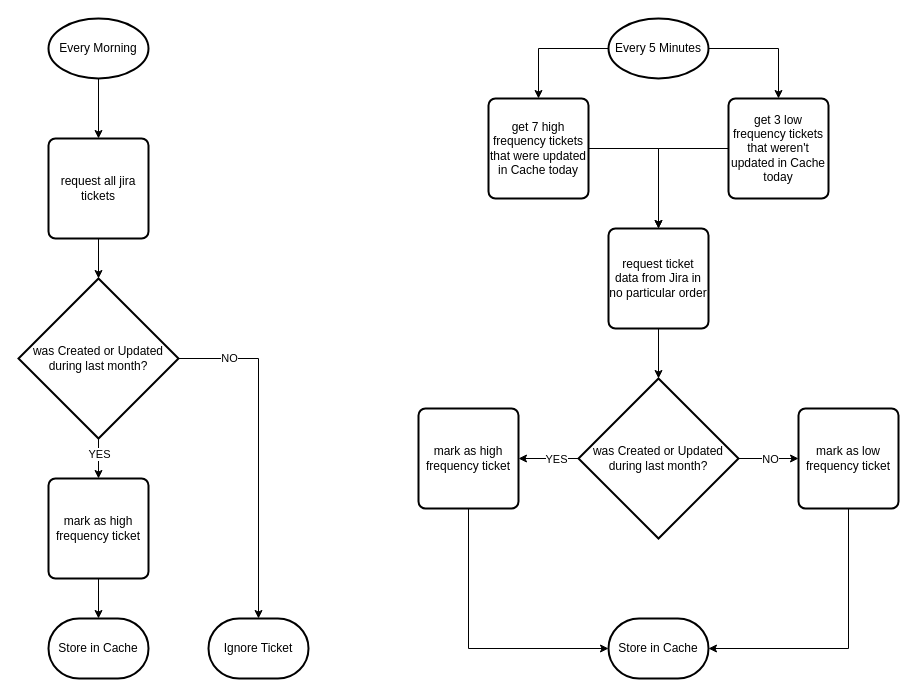
The draw.io diagram src/JiraSync.drawio in Skadisson/petrus, before the edit. Source tidied: cells renumbered, new cells numbered last; positions are measured from the earlier drawing's top-left corner, leaving out a move shared by most shapes. Both pictures are drawn from the tidied source at 100%, with x=0, y=0 at pixel (18, 18).
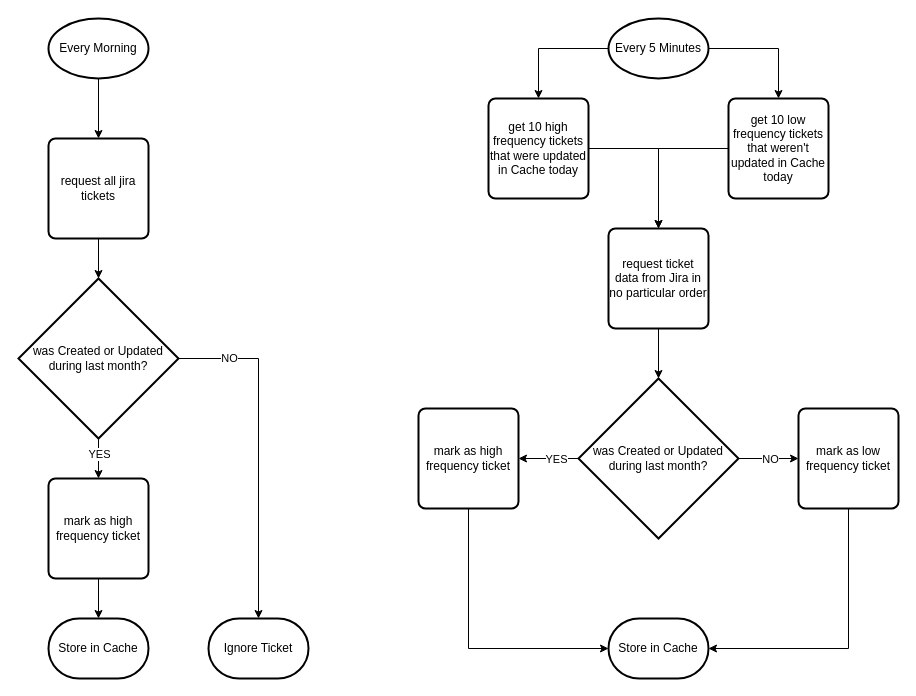
After the change.

Commit message (it also covers changes not shown here):
issues/52 - optimized daily sync to also mark low frequency tickets

The edit, as a diff of the source:
```diff
@@
-    <mxCell id="6" value="get 7 high frequency tickets that were updated in Cache today" style="rounded=1;whiteSpace=wrap;html=1;absoluteArcSize=1;arcSize=14;strokeWidth=2;" parent="1" vertex="1">
+    <mxCell id="6" value="get 10 high frequency tickets that were updated in Cache today" style="rounded=1;whiteSpace=wrap;html=1;absoluteArcSize=1;arcSize=14;strokeWidth=2;" parent="1" vertex="1">
       <mxGeometry x="470" y="80" width="100" height="100" as="geometry" />
     </mxCell>
-    <mxCell id="7" value="get 3 low frequency tickets that weren't updated in Cache today" style="rounded=1;whiteSpace=wrap;html=1;absoluteArcSize=1;arcSize=14;strokeWidth=2;" parent="1" vertex="1">
+    <mxCell id="7" value="get 10 low frequency tickets that weren't updated in Cache today" style="rounded=1;whiteSpace=wrap;html=1;absoluteArcSize=1;arcSize=14;strokeWidth=2;" parent="1" vertex="1">
       <mxGeometry x="710" y="80" width="100" height="100" as="geometry" />
     </mxCell>
```
